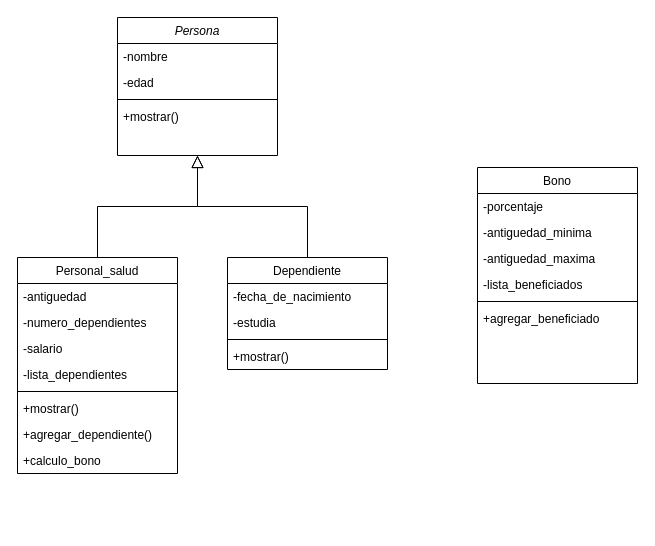
Above: Bonos.drawio in Jhaz602/diagramas (draw.io), before the change. Source tidied: cells renumbered, new cells numbered last; positions are measured from the earlier drawing's top-left corner, leaving out a move shared by most shapes. Both pictures are drawn from the tidied source at 100%, with x=0, y=0 at pixel (17, 17).
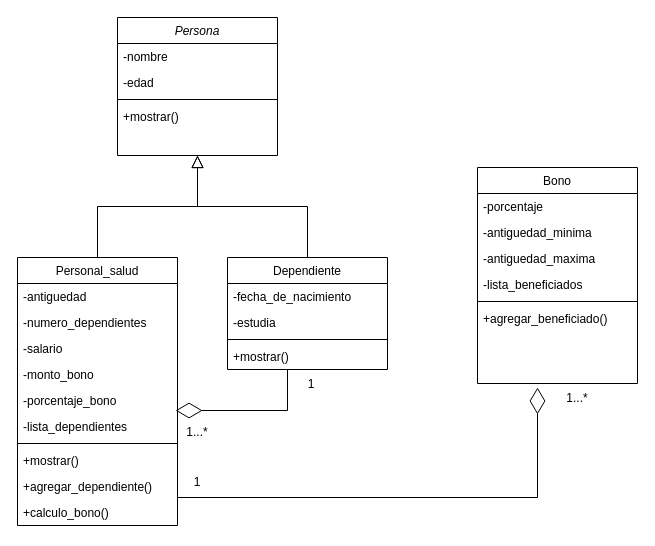
The same diagram, later.

Unchanged cells that the change refers to:
```xml
<mxCell id="23" value="Bono" style="swimlane;fontStyle=0;align=center;verticalAlign=top;horizontal=1;startSize=26;rounded=0;shadow=0;strokeWidth=1;" parent="1" vertex="1">
  <mxGeometry x="460" y="150" width="160" height="216" as="geometry" />
</mxCell>
```

Diff of the diagram source:
```diff
@@
     <mxCell id="7" value="Personal_salud" style="swimlane;fontStyle=0;align=center;verticalAlign=top;horizontal=1;startSize=26;rounded=0;shadow=0;strokeWidth=1;" parent="1" vertex="1">
-      <mxGeometry y="240" width="160" height="216" as="geometry" />
+      <mxGeometry y="240" width="160" height="268" as="geometry" />
     </mxCell>
@@
+    <mxCell id="30" value="-monto_bono" style="text;align=left;verticalAlign=top;spacingLeft=4;spacingRight=4;overflow=hidden;rounded=0;shadow=0;html=0;" parent="7" vertex="1">
+      <mxGeometry y="104" width="160" height="26" as="geometry" />
+    </mxCell>
+    <mxCell id="31" value="-porcentaje_bono" style="text;align=left;verticalAlign=top;spacingLeft=4;spacingRight=4;overflow=hidden;rounded=0;shadow=0;html=0;" parent="7" vertex="1">
+      <mxGeometry y="130" width="160" height="26" as="geometry" />
+    </mxCell>
     <mxCell id="11" value="-lista_dependientes" style="text;align=left;verticalAlign=top;spacingLeft=4;spacingRight=4;overflow=hidden;points=[[0,0.5],[1,0.5]];portConstraint=eastwest;rounded=0;shadow=0;html=0;" parent="7" vertex="1">
-      <mxGeometry y="104" width="160" height="26" as="geometry" />
+      <mxGeometry y="156" width="160" height="26" as="geometry" />
     </mxCell>
     <mxCell id="12" style="line;html=1;strokeWidth=1;align=left;verticalAlign=middle;spacingTop=-1;spacingLeft=3;spacingRight=3;labelPosition=right;" parent="7" vertex="1">
-      <mxGeometry y="130" width="160" height="8" as="geometry" />
+      <mxGeometry y="182" width="160" height="8" as="geometry" />
     </mxCell>
     <mxCell id="13" value="+mostrar()" style="text;align=left;verticalAlign=top;spacingLeft=4;spacingRight=4;overflow=hidden;" parent="7" vertex="1">
-      <mxGeometry y="138" width="160" height="26" as="geometry" />
+      <mxGeometry y="190" width="160" height="26" as="geometry" />
     </mxCell>
     <mxCell id="14" value="+agregar_dependiente()" style="text;align=left;verticalAlign=top;spacingLeft=4;spacingRight=4;overflow=hidden;" parent="7" vertex="1">
-      <mxGeometry y="164" width="160" height="26" as="geometry" />
+      <mxGeometry y="216" width="160" height="26" as="geometry" />
     </mxCell>
-    <mxCell id="15" value="+calculo_bono" style="text;align=left;verticalAlign=top;spacingLeft=4;spacingRight=4;overflow=hidden;" parent="7" vertex="1">
-      <mxGeometry y="190" width="160" height="26" as="geometry" />
+    <mxCell id="15" value="+calculo_bono()" style="text;align=left;verticalAlign=top;spacingLeft=4;spacingRight=4;overflow=hidden;" parent="7" vertex="1">
+      <mxGeometry y="242" width="160" height="26" as="geometry" />
     </mxCell>
@@
-    <mxCell id="29" value="+agregar_beneficiado" style="text;align=left;verticalAlign=top;spacingLeft=4;spacingRight=4;overflow=hidden;" parent="23" vertex="1">
+    <mxCell id="29" value="+agregar_beneficiado()" style="text;align=left;verticalAlign=top;spacingLeft=4;spacingRight=4;overflow=hidden;" parent="23" vertex="1">
       <mxGeometry y="138" width="160" height="26" as="geometry" />
     </mxCell>
+    <mxCell id="32" style="endArrow=diamondThin;endFill=0;endSize=24;html=1;rounded=0;entryX=0.988;entryY=-0.115;entryDx=0;entryDy=0;entryPerimeter=0;" parent="1" edge="1" target="11">
+      <mxGeometry relative="1" as="geometry">
+        <mxPoint x="270" y="352" as="sourcePoint" />
+        <Array as="points">
+          <mxPoint x="270" y="393" />
+        </Array>
+      </mxGeometry>
+    </mxCell>
+    <mxCell id="33" style="endArrow=diamondThin;endFill=0;endSize=24;html=1;rounded=0;" parent="1" edge="1">
+      <mxGeometry relative="1" as="geometry">
+        <mxPoint x="160" y="480" as="sourcePoint" />
+        <mxPoint x="520" y="370" as="targetPoint" />
+        <Array as="points">
+          <mxPoint x="520" y="480" />
+        </Array>
+      </mxGeometry>
+    </mxCell>
+    <mxCell id="34" value="1...*" style="text;html=1;strokeColor=none;fillColor=none;align=center;verticalAlign=middle;whiteSpace=wrap;rounded=0;" parent="1" vertex="1">
+      <mxGeometry x="150" y="400" width="60" height="30" as="geometry" />
+    </mxCell>
+    <mxCell id="35" value="1...*" style="text;html=1;strokeColor=none;fillColor=none;align=center;verticalAlign=middle;whiteSpace=wrap;rounded=0;" parent="1" vertex="1">
+      <mxGeometry x="530" y="366" width="60" height="30" as="geometry" />
+    </mxCell>
+    <mxCell id="36" value="1" style="text;html=1;strokeColor=none;fillColor=none;align=center;verticalAlign=middle;whiteSpace=wrap;rounded=0;" parent="1" vertex="1">
+      <mxGeometry x="150" y="450" width="60" height="30" as="geometry" />
+    </mxCell>
+    <mxCell id="37" value="1" style="text;html=1;strokeColor=none;fillColor=none;align=center;verticalAlign=middle;whiteSpace=wrap;rounded=0;" parent="1" vertex="1">
+      <mxGeometry x="264" y="352" width="60" height="30" as="geometry" />
+    </mxCell>
```
